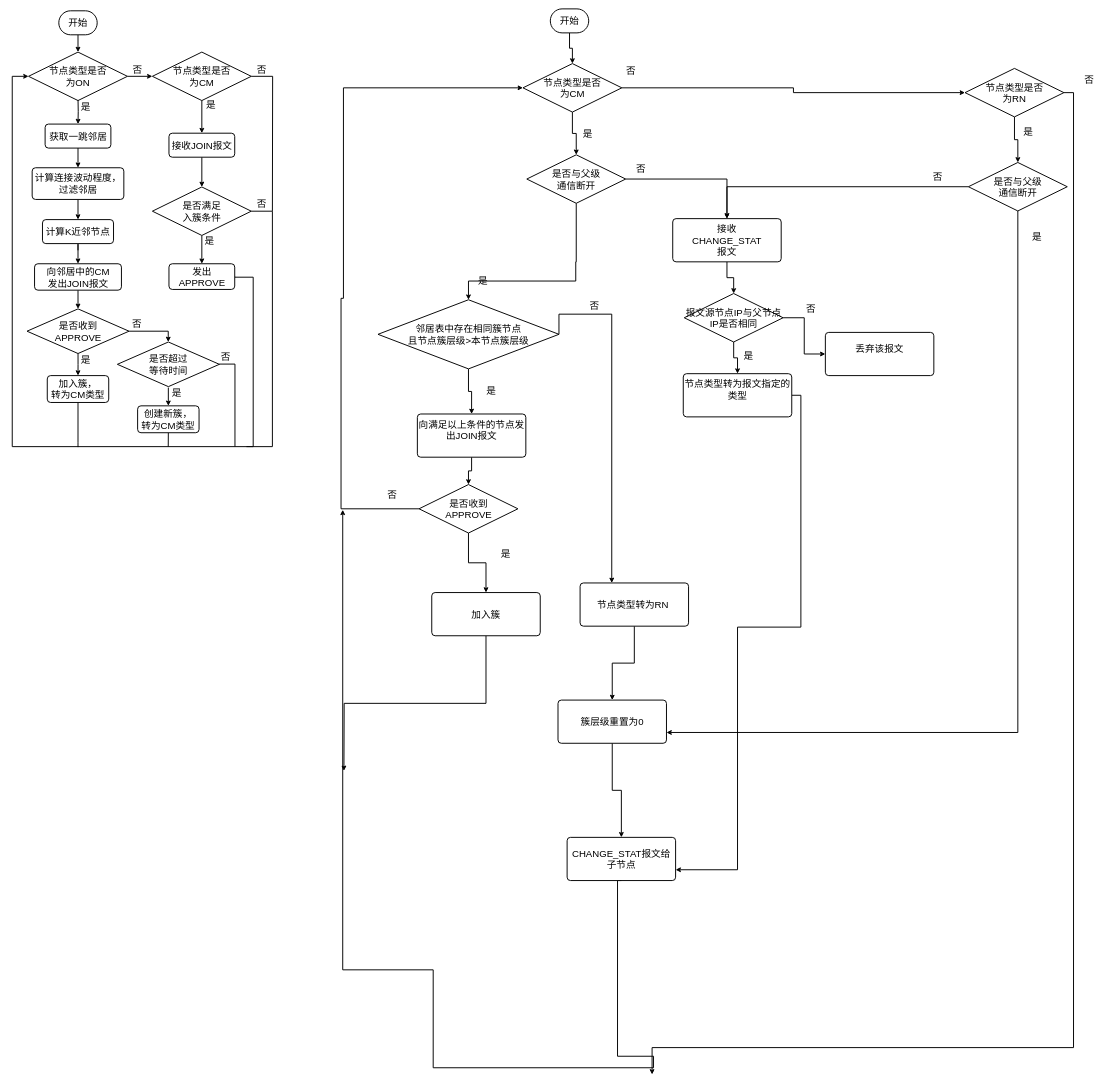
The draw.io diagram cluster/SNNCA-FLOW.drawio in trevorHsu/draftChart, before the edit. Source tidied: cells renumbered, new cells numbered last; positions are measured from the earlier drawing's top-left corner, leaving out a move shared by most shapes. Both pictures are drawn from the tidied source at 48%, with x=0, y=0 at pixel (12, 9).
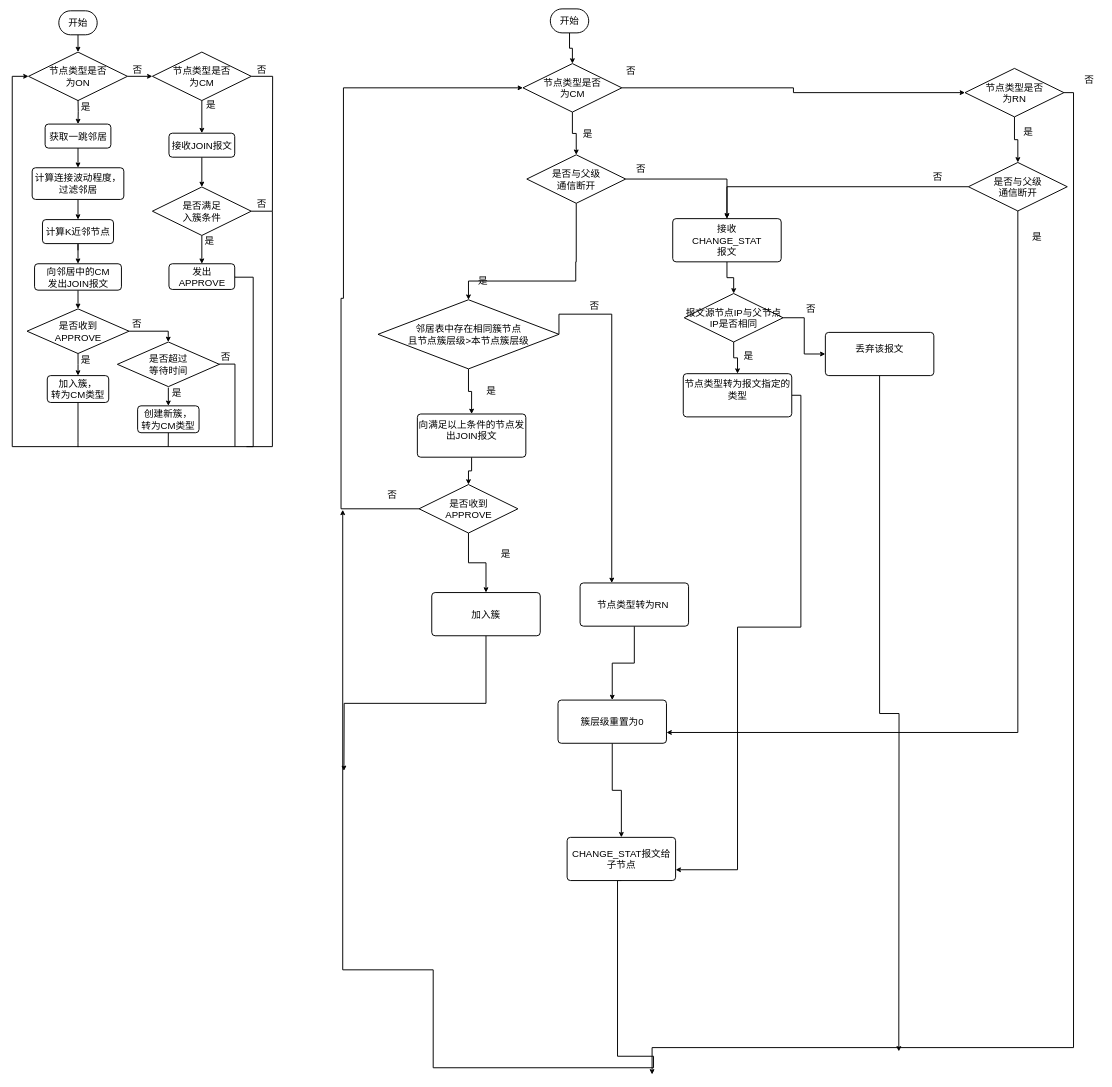
After the change.

The change refers to these unchanged cells:
```xml
<mxCell id="77" value="&lt;div&gt;丢弃该报文&lt;/div&gt;&lt;div&gt;&lt;br&gt;&lt;/div&gt;" style="rounded=1;whiteSpace=wrap;html=1;absoluteArcSize=1;arcSize=14;strokeWidth=2;fontSize=20;" parent="1" vertex="1">
  <mxGeometry x="1694" y="674" width="226" height="90" as="geometry" />
</mxCell>
```

The edit, as a diff of the source:
```diff
@@
+    <mxCell id="98" style="edgeStyle=orthogonalEdgeStyle;rounded=0;jettySize=auto;html=1;strokeWidth=2;fontSize=20;endArrow=classic;endFill=1;" parent="1" edge="1" source="77">
+      <mxGeometry relative="1" as="geometry">
+        <mxPoint x="1847" y="2172" as="targetPoint" />
+      </mxGeometry>
+    </mxCell>
```
